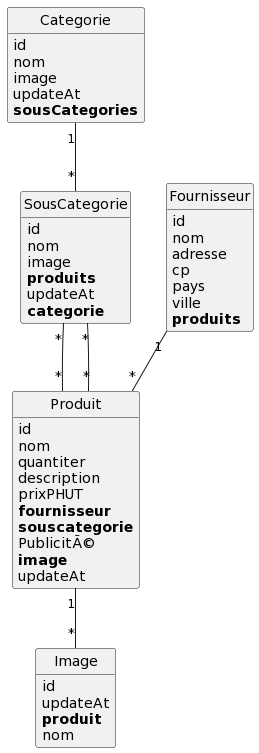
Before: ShopMaquette/puml/index.png, a diagram exported from PlantUML (Gispsy/ShopMaquette).
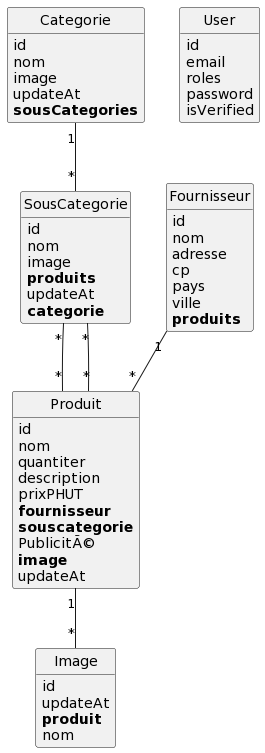
The same file after the commit.

Change to the diagram source:
```diff
@@ -46,6 +46,14 @@
 	**categorie**
 }
 
+class User {
+	id
+	email
+	roles
+	password
+	isVerified
+}
+
 Categorie "1"--"*" SousCategorie
 Fournisseur "1"--"*" Produit
 Produit "*"--"*" SousCategorie
```
